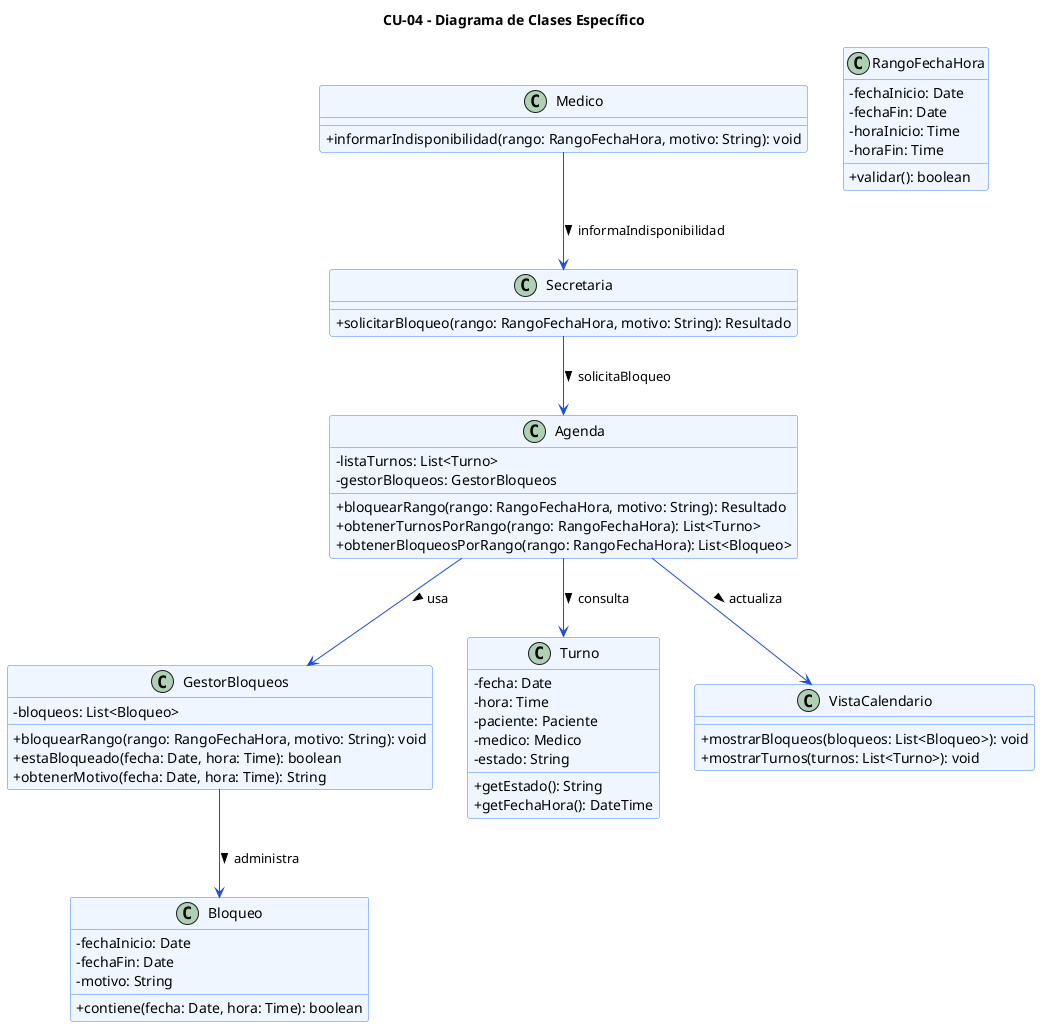
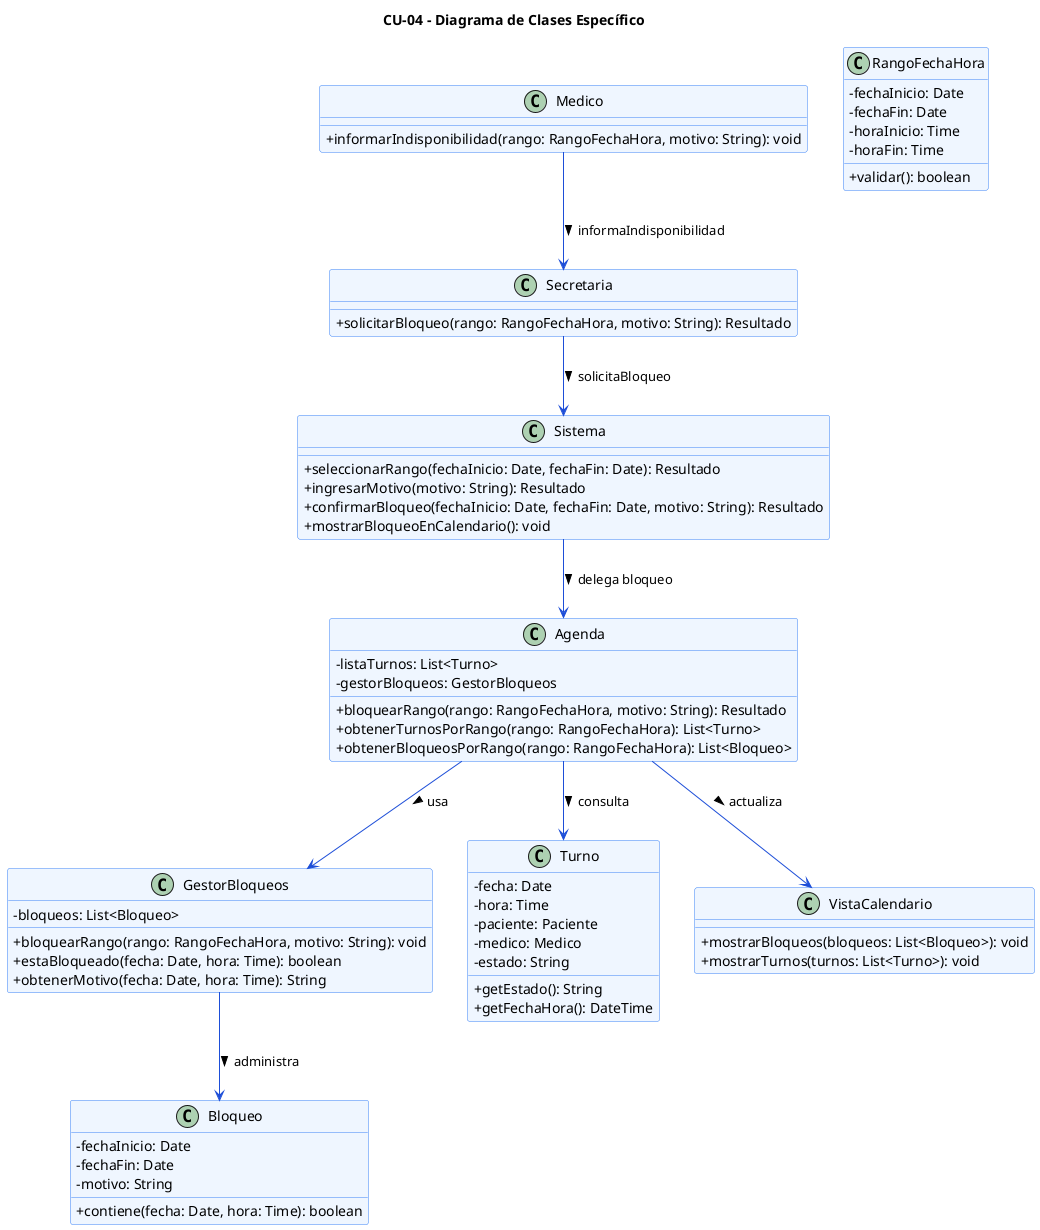
@startuml CU04-Clases-Bloquear-Horarios
skinparam classAttributeIconSize 0
skinparam class {
    BackgroundColor #EFF6FF
    BorderColor #3B82F6
    ArrowColor #1D4ED8
}

title CU-04 - Diagrama de Clases Específico

class Secretaria {
    + solicitarBloqueo(rango: RangoFechaHora, motivo: String): Resultado
}

class Medico {
    + informarIndisponibilidad(rango: RangoFechaHora, motivo: String): void
}

class Agenda {
    - listaTurnos: List<Turno>
    - gestorBloqueos: GestorBloqueos
    + bloquearRango(rango: RangoFechaHora, motivo: String): Resultado
    + obtenerTurnosPorRango(rango: RangoFechaHora): List<Turno>
    + obtenerBloqueosPorRango(rango: RangoFechaHora): List<Bloqueo>
}

class GestorBloqueos {
    - bloqueos: List<Bloqueo>
    + bloquearRango(rango: RangoFechaHora, motivo: String): void
    + estaBloqueado(fecha: Date, hora: Time): boolean
    + obtenerMotivo(fecha: Date, hora: Time): String
}

class Bloqueo {
    - fechaInicio: Date
    - fechaFin: Date
    - motivo: String
    + contiene(fecha: Date, hora: Time): boolean
}

class Turno {
    - fecha: Date
    - hora: Time
    - paciente: Paciente
    - medico: Medico
    - estado: String
    + getEstado(): String
    + getFechaHora(): DateTime
}

class VistaCalendario {
    + mostrarBloqueos(bloqueos: List<Bloqueo>): void
    + mostrarTurnos(turnos: List<Turno>): void
}

class RangoFechaHora {
    - fechaInicio: Date
    - fechaFin: Date
    - horaInicio: Time
    - horaFin: Time
    + validar(): boolean
}

- Secretaria --> Agenda : solicitaBloqueo >
+ class Sistema {
+     + seleccionarRango(fechaInicio: Date, fechaFin: Date): Resultado
+     + ingresarMotivo(motivo: String): Resultado
+     + confirmarBloqueo(fechaInicio: Date, fechaFin: Date, motivo: String): Resultado
+     + mostrarBloqueoEnCalendario(): void
+ }
+ 
+ Secretaria --> Sistema : solicitaBloqueo >
+ Sistema --> Agenda : delega bloqueo >
Medico --> Secretaria : informaIndisponibilidad >
Agenda --> GestorBloqueos : usa >
Agenda --> Turno : consulta >
Agenda --> VistaCalendario : actualiza >
GestorBloqueos --> Bloqueo : administra >
@enduml